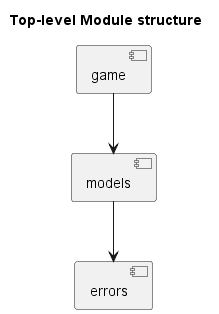
Before: docs/modules.png, a diagram exported from PlantUML (Samour/wordle). The source it was exported from:
```plantuml
@startuml

title Top-level Module structure



[game] --> [models]
[models] --> [errors]

@enduml
```
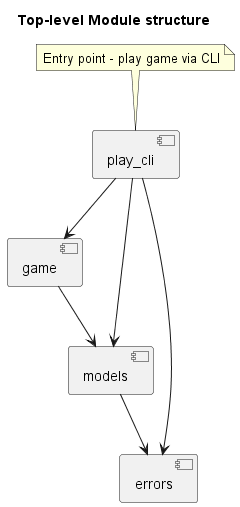
After the change.

Commit message:
Implement simple CLI to play game

Diff of the diagram source:
```diff
@@ -4,6 +4,15 @@
 
 
 
+[play_cli]
+note top of play_cli
+    Entry point - play game via CLI
+end note
+
+[play_cli] --> [game]
+[play_cli] --> [models]
+[play_cli] --> [errors]
+
 [game] --> [models]
 [models] --> [errors]
 
```
